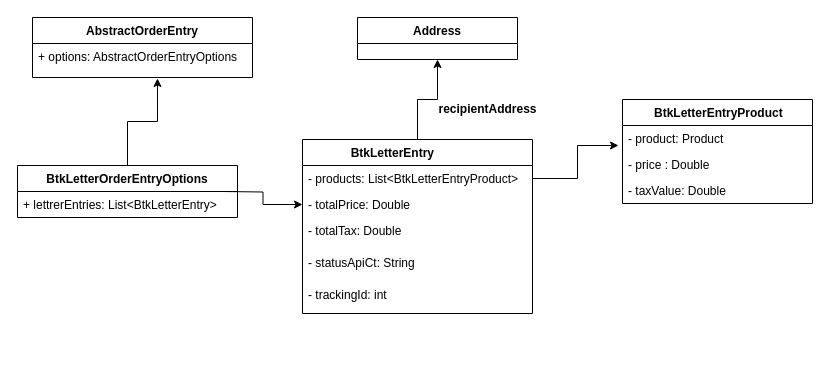
Before: Untitled Diagram.drawio in elaissoussi/draw.io, a draw.io diagram. Source tidied: cells renumbered, new cells numbered last; positions are measured from the earlier drawing's top-left corner, leaving out a move shared by most shapes. Both pictures are drawn from the tidied source at 100%, with x=0, y=0 at pixel (17, 17).
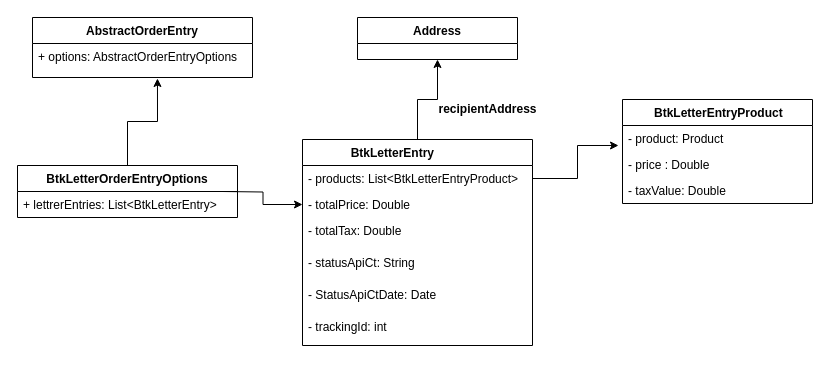
After the change.

The edit, as a diff of the source:
```diff
@@
     <mxCell id="6" value="              BtkLetterEntry" style="swimlane;fontStyle=1;horizontal=1;startSize=26;fillColor=none;align=left;" parent="1" vertex="1">
-      <mxGeometry x="285" y="122" width="230" height="174" as="geometry" />
+      <mxGeometry x="285" y="122" width="230" height="206" as="geometry" />
     </mxCell>
@@
+    <mxCell id="22" value="- StatusApiCtDate: Date" style="text;strokeColor=none;fillColor=none;align=left;verticalAlign=top;spacingLeft=4;spacingRight=4;overflow=hidden;" parent="6" vertex="1">
+      <mxGeometry y="142" width="230" height="32" as="geometry" />
+    </mxCell>
     <mxCell id="11" value="- trackingId: int" style="text;strokeColor=none;fillColor=none;align=left;verticalAlign=top;spacingLeft=4;spacingRight=4;overflow=hidden;" parent="6" vertex="1">
-      <mxGeometry y="142" width="230" height="32" as="geometry" />
+      <mxGeometry y="174" width="230" height="32" as="geometry" />
     </mxCell>
```
